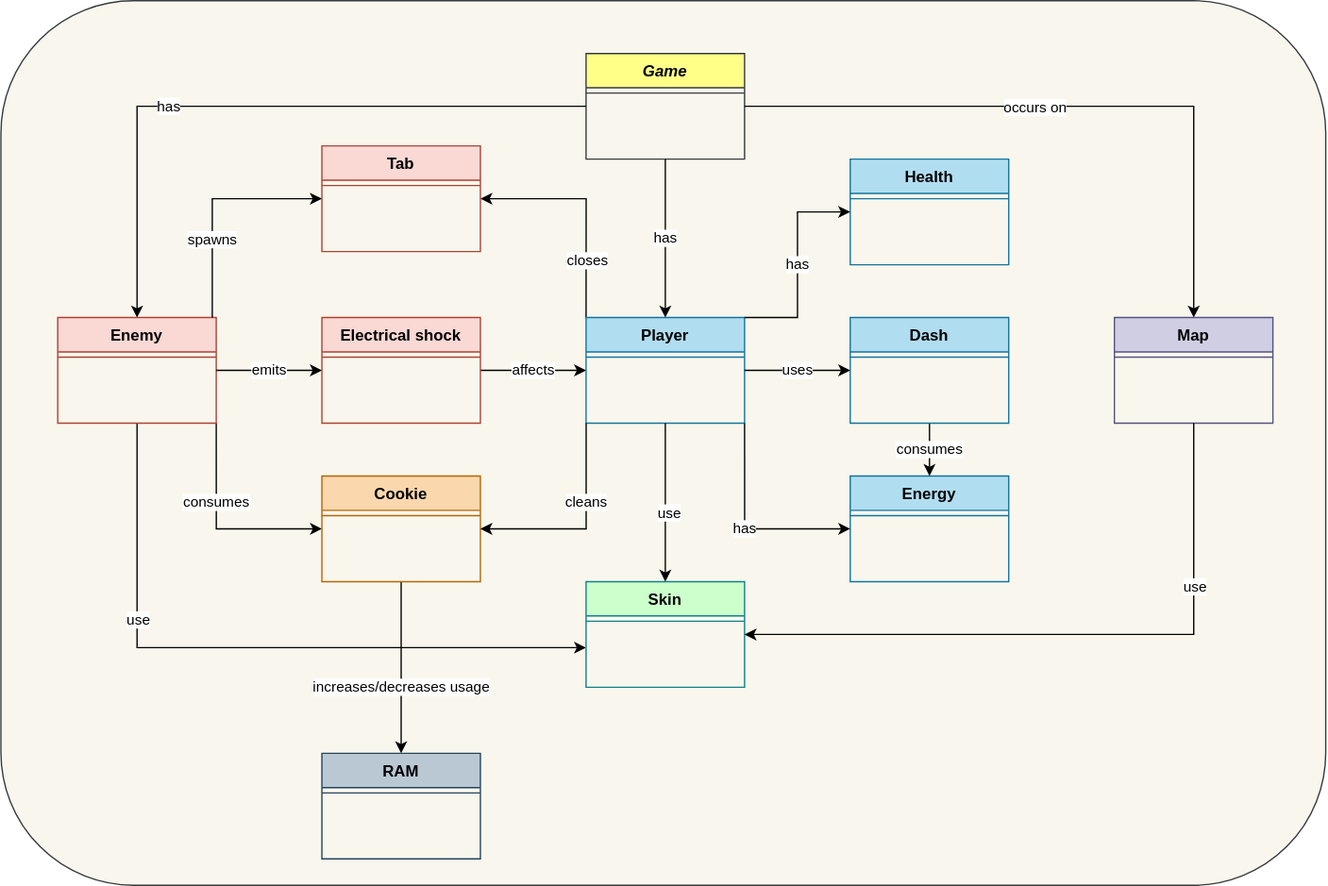
Above: docs/domain-model.svg in rutesantos4/ram-killer-scale-game-off-2023 (draw.io), before the change. Source tidied: cells renumbered, new cells last; positions are measured from the earlier drawing's top-left corner, leaving out a move shared by most shapes.
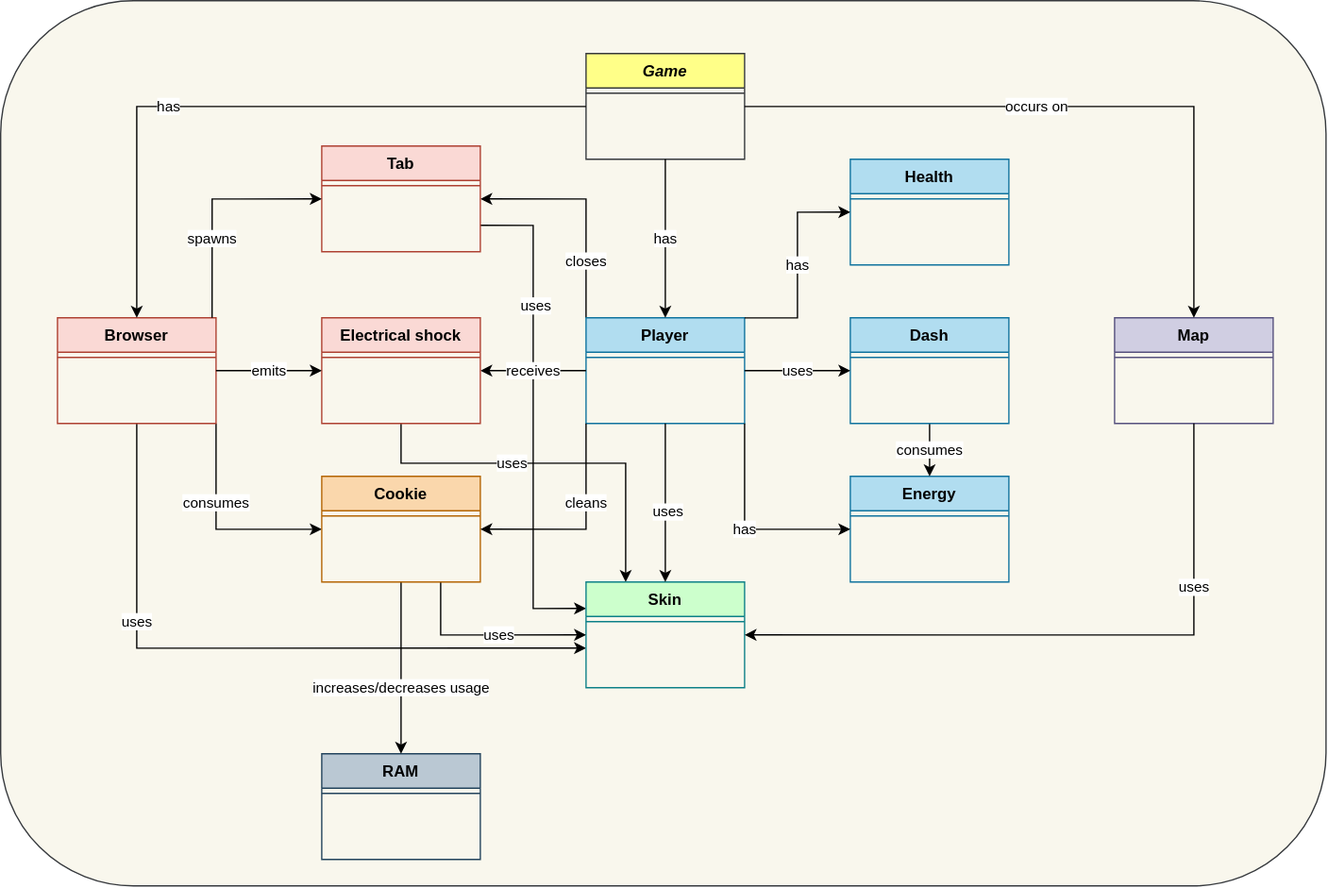
Later version of the same file.

Commit message:
docs(domain-model): add missing relationships

What changed in the source:
```diff
@@ -19,7 +19,7 @@
         </Array>
       </mxGeometry>
     </mxCell>
-    <mxCell id="6" value="use" style="edgeLabel;html=1;align=center;verticalAlign=middle;" parent="5" vertex="1">
+    <mxCell id="6" value="uses" style="edgeLabel;html=1;align=center;verticalAlign=middle;" parent="5" vertex="1">
       <mxGeometry x="-0.4" y="2" relative="1" as="geometry">
         <mxPoint x="-2" y="-3" as="offset" />
       </mxGeometry>
@@ -33,7 +33,7 @@
         </Array>
       </mxGeometry>
     </mxCell>
-    <mxCell id="8" value="Enemy" style="swimlane;fontStyle=1;align=center;verticalAlign=top;horizontal=1;startSize=26;rounded=0;shadow=0;strokeWidth=1;fillColor=#fad9d5;strokeColor=#ae4132;" parent="2" vertex="1">
+    <mxCell id="8" value="Browser" style="swimlane;fontStyle=1;align=center;verticalAlign=top;horizontal=1;startSize=26;rounded=0;shadow=0;strokeWidth=1;fillColor=#fad9d5;strokeColor=#ae4132;" parent="2" vertex="1">
       <mxGeometry x="43" y="240" width="120" height="80" as="geometry" />
     </mxCell>
     <mxCell id="9" value="has" style="edgeStyle=orthogonalEdgeStyle;rounded=0;jettySize=auto;html=1;" parent="2" edge="1" source="4" target="8">
@@ -87,6 +87,14 @@
     <mxCell id="19" value="uses" style="edgeStyle=orthogonalEdgeStyle;rounded=0;jettySize=auto;html=1;entryX=0;entryY=0.5;entryDx=0;entryDy=0;" parent="2" edge="1" source="12" target="18">
       <mxGeometry relative="1" as="geometry" />
     </mxCell>
+    <mxCell id="51" style="edgeStyle=orthogonalEdgeStyle;rounded=0;jettySize=auto;html=1;exitX=1;exitY=0.75;exitDx=0;exitDy=0;entryX=0;entryY=0.25;entryDx=0;entryDy=0;" parent="2" edge="1" source="20" target="29">
+      <mxGeometry relative="1" as="geometry" />
+    </mxCell>
+    <mxCell id="52" value="uses" style="edgeLabel;html=1;align=center;verticalAlign=middle;" parent="51" vertex="1">
+      <mxGeometry x="-0.55" y="2" relative="1" as="geometry">
+        <mxPoint y="18" as="offset" />
+      </mxGeometry>
+    </mxCell>
     <mxCell id="20" value="Tab" style="swimlane;fontStyle=1;align=center;verticalAlign=top;horizontal=1;startSize=26;rounded=0;shadow=0;strokeWidth=1;fillColor=#fad9d5;strokeColor=#ae4132;" parent="2" vertex="1">
       <mxGeometry x="243" y="110" width="120" height="80" as="geometry" />
     </mxCell>
@@ -103,9 +111,22 @@
         <mxPoint x="-28" y="25" as="offset" />
       </mxGeometry>
     </mxCell>
-    <mxCell id="23" value="affects" style="edgeStyle=orthogonalEdgeStyle;rounded=0;jettySize=auto;html=1;entryX=0;entryY=0.5;entryDx=0;entryDy=0;" parent="2" edge="1" source="24" target="12">
+    <mxCell id="23" value="receives" style="edgeStyle=orthogonalEdgeStyle;rounded=0;jettySize=auto;html=1;entryX=0;entryY=0.5;entryDx=0;entryDy=0;startArrow=classic;startFill=1;endArrow=none;endFill=0;" parent="2" edge="1" source="24" target="12">
       <mxGeometry relative="1" as="geometry" />
     </mxCell>
+    <mxCell id="53" style="edgeStyle=orthogonalEdgeStyle;rounded=0;jettySize=auto;html=1;exitX=0.5;exitY=1;exitDx=0;exitDy=0;entryX=0.25;entryY=0;entryDx=0;entryDy=0;" parent="2" edge="1" source="24" target="29">
+      <mxGeometry relative="1" as="geometry">
+        <Array as="points">
+          <mxPoint x="303" y="350" />
+          <mxPoint x="473" y="350" />
+        </Array>
+      </mxGeometry>
+    </mxCell>
+    <mxCell id="54" value="uses" style="edgeLabel;html=1;align=center;verticalAlign=middle;" parent="53" vertex="1">
+      <mxGeometry x="-0.12" relative="1" as="geometry">
+        <mxPoint x="-14" as="offset" />
+      </mxGeometry>
+    </mxCell>
     <mxCell id="24" value="Electrical shock" style="swimlane;fontStyle=1;align=center;verticalAlign=top;horizontal=1;startSize=26;rounded=0;shadow=0;strokeWidth=1;fillColor=#fad9d5;strokeColor=#ae4132;" parent="2" vertex="1">
       <mxGeometry x="243" y="240" width="120" height="80" as="geometry" />
     </mxCell>
@@ -129,7 +150,7 @@
     <mxCell id="30" style="edgeStyle=orthogonalEdgeStyle;rounded=0;jettySize=auto;html=1;entryX=0.5;entryY=0;entryDx=0;entryDy=0;" parent="2" edge="1" source="12" target="29">
       <mxGeometry relative="1" as="geometry" />
     </mxCell>
-    <mxCell id="31" value="use" style="edgeLabel;html=1;align=center;verticalAlign=middle;" parent="30" vertex="1">
+    <mxCell id="31" value="uses" style="edgeLabel;html=1;align=center;verticalAlign=middle;" parent="30" vertex="1">
       <mxGeometry x="0.11" y="2" relative="1" as="geometry" />
     </mxCell>
     <mxCell id="32" style="edgeStyle=orthogonalEdgeStyle;rounded=0;jettySize=auto;html=1;entryX=1;entryY=0.5;entryDx=0;entryDy=0;" parent="2" edge="1" source="26" target="29">
@@ -139,12 +160,20 @@
         </Array>
       </mxGeometry>
     </mxCell>
-    <mxCell id="33" value="use" style="edgeLabel;html=1;align=center;verticalAlign=middle;" parent="32" vertex="1">
+    <mxCell id="33" value="uses" style="edgeLabel;html=1;align=center;verticalAlign=middle;" parent="32" vertex="1">
       <mxGeometry x="-0.5" relative="1" as="geometry" />
     </mxCell>
     <mxCell id="34" value="increases/decreases usage" style="edgeStyle=orthogonalEdgeStyle;rounded=0;jettySize=auto;html=1;entryX=0.5;entryY=0;entryDx=0;entryDy=0;" parent="2" edge="1" source="35" target="16">
       <mxGeometry x="0.23" relative="1" as="geometry" />
     </mxCell>
+    <mxCell id="55" style="edgeStyle=orthogonalEdgeStyle;rounded=0;jettySize=auto;html=1;exitX=0.75;exitY=1;exitDx=0;exitDy=0;entryX=0;entryY=0.5;entryDx=0;entryDy=0;" parent="2" edge="1" source="35" target="29">
+      <mxGeometry relative="1" as="geometry" />
+    </mxCell>
+    <mxCell id="56" value="uses" style="edgeLabel;html=1;align=center;verticalAlign=middle;" parent="55" vertex="1">
+      <mxGeometry x="0.11" y="-3" relative="1" as="geometry">
+        <mxPoint y="-3" as="offset" />
+      </mxGeometry>
+    </mxCell>
     <mxCell id="35" value="Cookie&#10;" style="swimlane;fontStyle=1;align=center;verticalAlign=top;horizontal=1;startSize=26;rounded=0;shadow=0;strokeWidth=1;fillColor=#fad7ac;strokeColor=#b46504;" parent="2" vertex="1">
       <mxGeometry x="243" y="360" width="120" height="80" as="geometry" />
     </mxCell>
```
